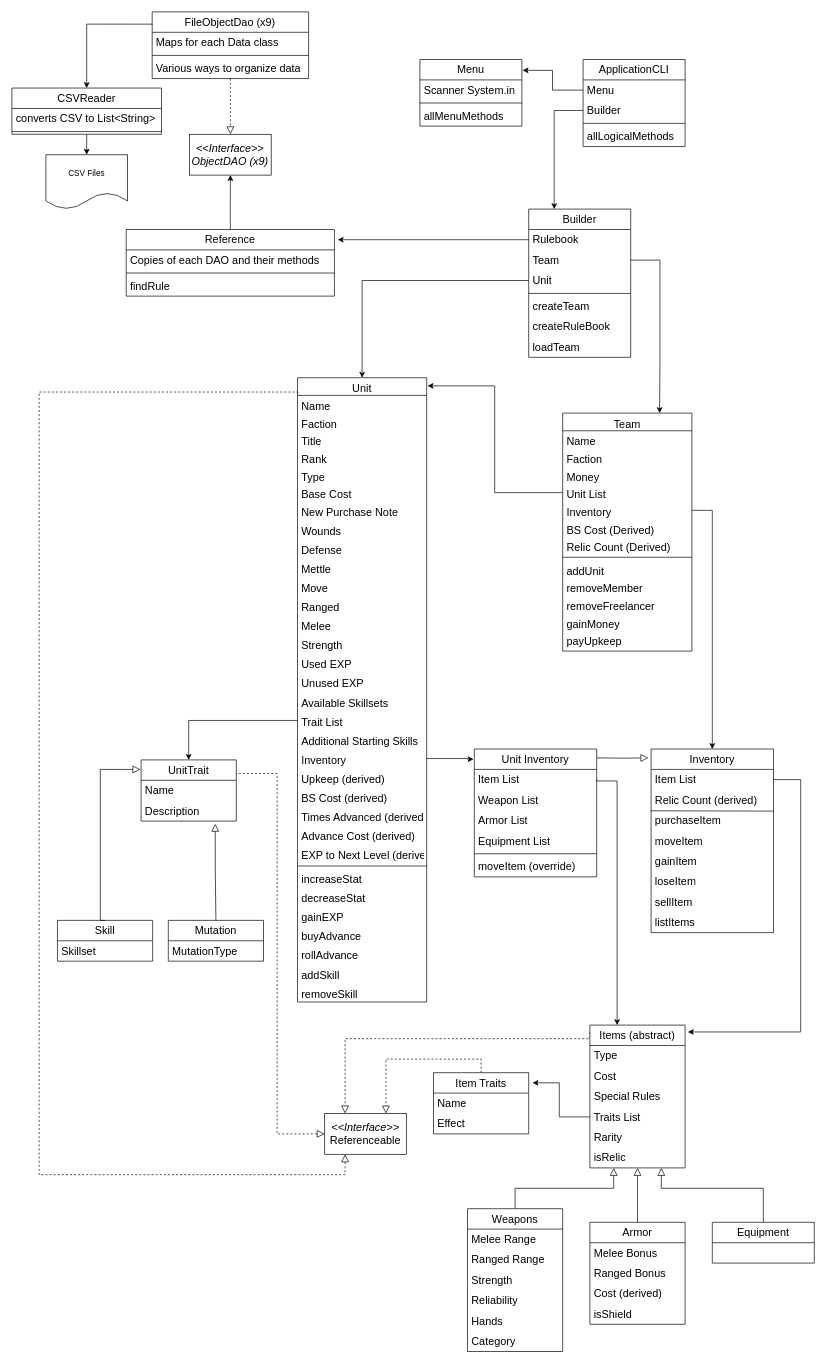
This is Reference/ClassDiagram/DiagramSave.drawio from kmeadows3/TNT-Builder, a draw.io file, before an edit. Source tidied: cells renumbered, new cells numbered last; positions are measured from the earlier drawing's top-left corner, leaving out a move shared by most shapes. Both pictures are drawn from the tidied source at 68%, with x=0, y=0 at pixel (12, 12).
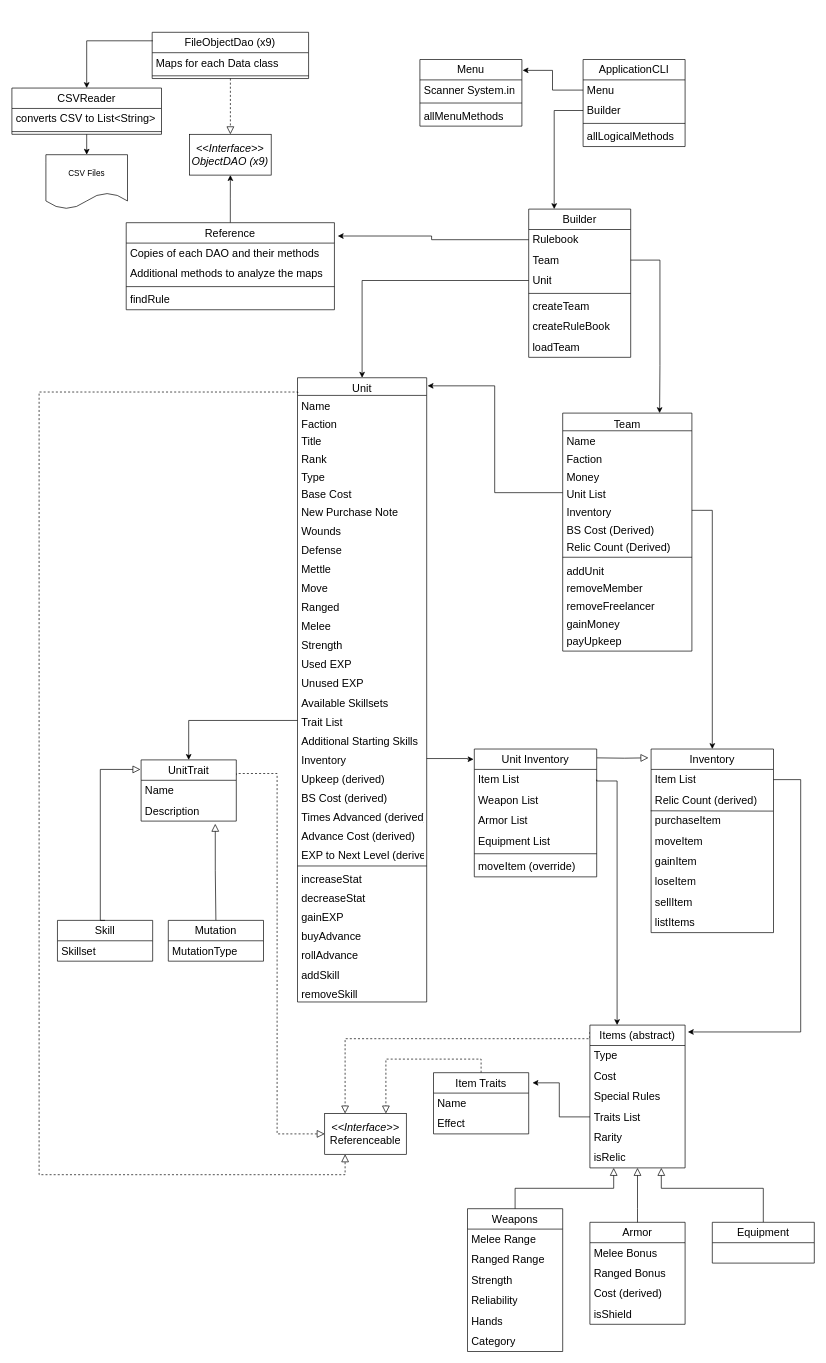
Above is the later version.

What changed in the source:
```diff
@@
     <mxCell id="122" value="Reference" style="swimlane;fontStyle=0;horizontal=1;startSize=30;whiteSpace=wrap;html=1;fontSize=16;" parent="1" vertex="1">
-      <mxGeometry x="168.1" y="320" width="306.2" height="98" as="geometry" />
+      <mxGeometry x="168.1" y="310" width="306.2" height="128" as="geometry" />
     </mxCell>
@@
+    <mxCell id="154" value="Additional methods to analyze the maps" style="text;strokeColor=none;fillColor=none;align=left;verticalAlign=middle;spacingLeft=4;spacingRight=4;overflow=hidden;whiteSpace=wrap;html=1;fontSize=16;" parent="122" vertex="1">
+      <mxGeometry y="60" width="306.2" height="30" as="geometry" />
+    </mxCell>
     <mxCell id="124" style="line;html=1;strokeWidth=1;align=left;verticalAlign=middle;spacingTop=-1;spacingLeft=3;spacingRight=3;labelPosition=right;fontSize=16;" parent="122" vertex="1">
-      <mxGeometry y="60" width="306.2" height="8" as="geometry" />
+      <mxGeometry y="90" width="306.2" height="8" as="geometry" />
     </mxCell>
     <mxCell id="125" value="findRule" style="text;strokeColor=none;fillColor=none;align=left;verticalAlign=middle;spacingLeft=4;spacingRight=4;overflow=hidden;whiteSpace=wrap;html=1;fontSize=16;" parent="122" vertex="1">
-      <mxGeometry y="68" width="306.2" height="30" as="geometry" />
+      <mxGeometry y="98" width="306.2" height="30" as="geometry" />
     </mxCell>
@@
     <mxCell id="149" value="FileObjectDao (x9)" style="swimlane;fontStyle=0;horizontal=1;startSize=30;whiteSpace=wrap;html=1;fontSize=16;" parent="1" vertex="1">
-      <mxGeometry x="206.3" width="230" height="98" as="geometry" />
+      <mxGeometry x="206.3" y="30" width="230" height="68" as="geometry" />
     </mxCell>
@@
-    <mxCell id="152" value="Various ways to organize data" style="text;strokeColor=none;fillColor=none;align=left;verticalAlign=middle;spacingLeft=4;spacingRight=4;overflow=hidden;whiteSpace=wrap;html=1;fontSize=16;" parent="149" vertex="1">
-      <mxGeometry y="68" width="230" height="30" as="geometry" />
-    </mxCell>
```
